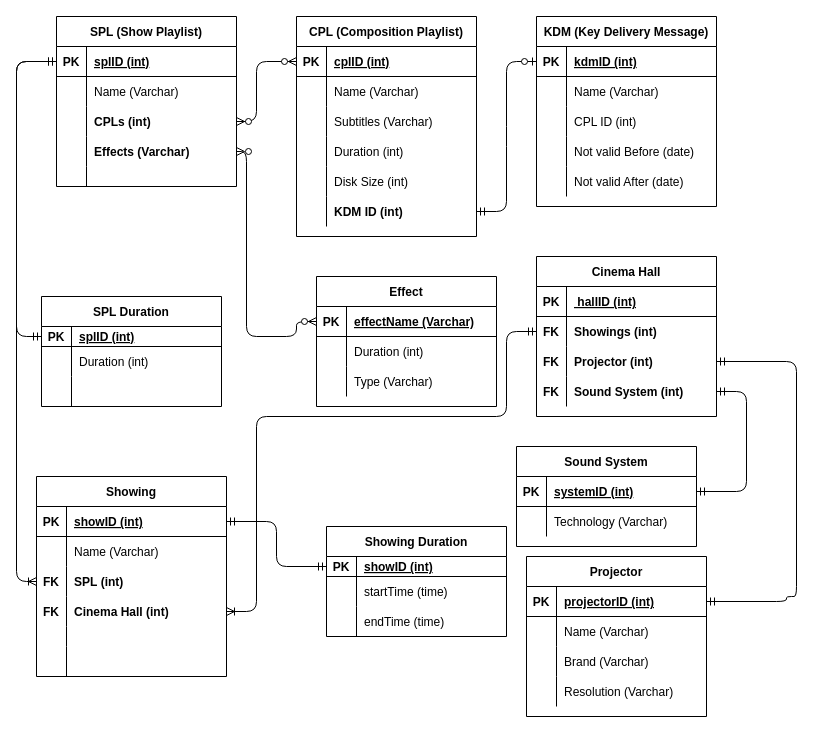
Before: DiagramDataBasePhysical.drawio in John15321/CinemaManagementSystem, a draw.io diagram. Source tidied: cells renumbered, new cells numbered last; positions are measured from the earlier drawing's top-left corner, leaving out a move shared by most shapes. Both pictures are drawn from the tidied source at 100%, with x=0, y=0 at pixel (16, 16).
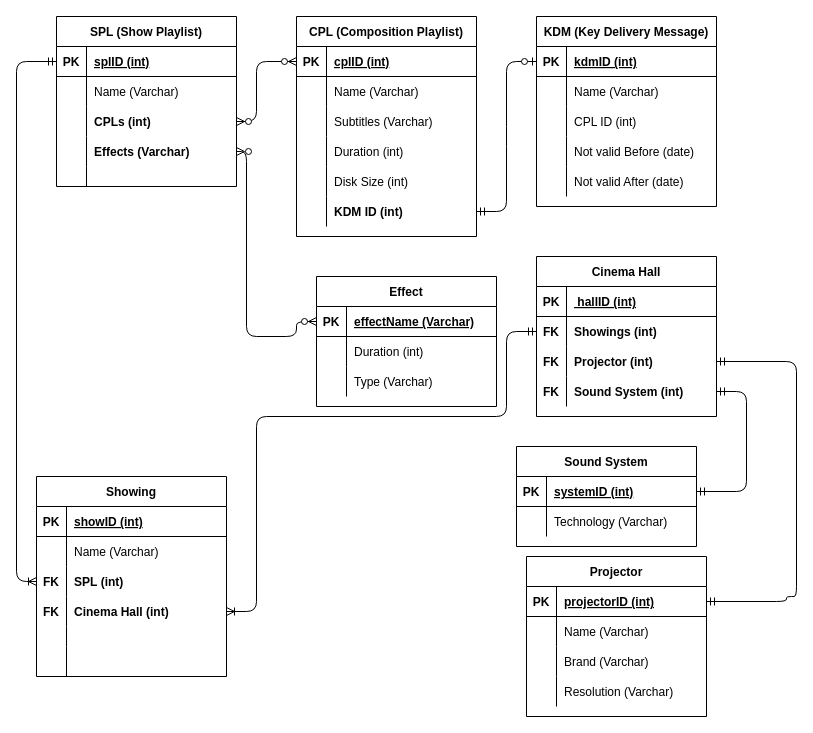
After the change.

Unchanged cells that the change refers to:
```xml
<mxCell id="38" style="shape=partialRectangle;fillColor=none;top=0;left=0;bottom=1;right=0;points=[[0,0.5],[1,0.5]];portConstraint=eastwest;" parent="37" vertex="1">
  <mxGeometry y="30" width="180" height="30" as="geometry" />
</mxCell>
<mxCell id="67" style="shape=partialRectangle;fillColor=none;top=0;left=0;bottom=1;right=0;points=[[0,0.5],[1,0.5]];portConstraint=eastwest;" parent="66" vertex="1">
  <mxGeometry y="30" width="190" height="30" as="geometry" />
</mxCell>
```

Change to the diagram source:
```diff
@@
-    <mxCell id="122" value="SPL Duration" style="shape=table;startSize=30;childLayout=tableLayout;rowLines=0;fontStyle=1;align=center;" parent="1" vertex="1">
-      <mxGeometry x="25" y="280" width="180" height="110" as="geometry" />
-    </mxCell>
-    <mxCell id="123" style="shape=partialRectangle;fillColor=none;top=0;left=0;bottom=1;right=0;points=[[0,0.5],[1,0.5]];portConstraint=eastwest;" parent="122" vertex="1">
-      <mxGeometry y="30" width="180" height="20" as="geometry" />
-    </mxCell>
-    <mxCell id="124" value="PK" style="shape=partialRectangle;fillColor=none;top=0;left=0;bottom=0;right=0;fontStyle=1;overflow=hidden;" parent="123" vertex="1">
-      <mxGeometry width="30" height="20" as="geometry" />
-    </mxCell>
-    <mxCell id="125" value="splID (int)" style="shape=partialRectangle;fillColor=none;top=0;left=0;bottom=0;right=0;align=left;spacingLeft=6;fontStyle=5;overflow=hidden;" parent="123" vertex="1">
-      <mxGeometry x="30" width="150" height="20" as="geometry" />
-    </mxCell>
-    <mxCell id="126" style="shape=partialRectangle;fillColor=none;top=0;left=0;bottom=0;right=0;" parent="122" vertex="1">
-      <mxGeometry y="50" width="180" height="30" as="geometry" />
-    </mxCell>
-    <mxCell id="127" style="shape=partialRectangle;fillColor=none;top=0;left=0;bottom=0;right=0;overflow=hidden;" parent="126" vertex="1">
-      <mxGeometry width="30" height="30" as="geometry" />
-    </mxCell>
-    <mxCell id="128" value="Duration (int)" style="shape=partialRectangle;fillColor=none;top=0;left=0;bottom=0;right=0;align=left;spacingLeft=6;overflow=hidden;" parent="126" vertex="1">
-      <mxGeometry x="30" width="150" height="30" as="geometry" />
-    </mxCell>
-    <mxCell id="129" style="shape=partialRectangle;fillColor=none;top=0;left=0;bottom=0;right=0;" parent="122" vertex="1">
-      <mxGeometry y="80" width="180" height="30" as="geometry" />
-    </mxCell>
-    <mxCell id="130" style="shape=partialRectangle;fillColor=none;top=0;left=0;bottom=0;right=0;overflow=hidden;" parent="129" vertex="1">
-      <mxGeometry width="30" height="30" as="geometry" />
-    </mxCell>
-    <mxCell id="131" style="shape=partialRectangle;fillColor=none;top=0;left=0;bottom=0;right=0;align=left;spacingLeft=6;overflow=hidden;" parent="129" vertex="1">
-      <mxGeometry x="30" width="150" height="30" as="geometry" />
-    </mxCell>
-    <mxCell id="132" style="fontSize=12;html=1;endArrow=ERmandOne;startArrow=ERmandOne;edgeStyle=elbowEdgeStyle;entryX=0;entryY=0.5;entryDx=0;entryDy=0;exitX=0;exitY=0.5;exitDx=0;exitDy=0;" parent="1" edge="1" source="123" target="38">
-      <mxGeometry relative="1" as="geometry">
-        <Array as="points">
-          <mxPoint y="170" />
-        </Array>
-      </mxGeometry>
-    </mxCell>
-    <mxCell id="133" value="Showing Duration" style="shape=table;startSize=30;childLayout=tableLayout;rowLines=0;fontStyle=1;align=center;" parent="1" vertex="1">
-      <mxGeometry x="310" y="510" width="180" height="110" as="geometry" />
-    </mxCell>
-    <mxCell id="134" style="shape=partialRectangle;fillColor=none;top=0;left=0;bottom=1;right=0;points=[[0,0.5],[1,0.5]];portConstraint=eastwest;" parent="133" vertex="1">
-      <mxGeometry y="30" width="180" height="20" as="geometry" />
-    </mxCell>
-    <mxCell id="135" value="PK" style="shape=partialRectangle;fillColor=none;top=0;left=0;bottom=0;right=0;fontStyle=1;overflow=hidden;" parent="134" vertex="1">
-      <mxGeometry width="30" height="20" as="geometry" />
-    </mxCell>
-    <mxCell id="136" value="showID (int)" style="shape=partialRectangle;fillColor=none;top=0;left=0;bottom=0;right=0;align=left;spacingLeft=6;fontStyle=5;overflow=hidden;" parent="134" vertex="1">
-      <mxGeometry x="30" width="150" height="20" as="geometry" />
-    </mxCell>
-    <mxCell id="137" style="shape=partialRectangle;fillColor=none;top=0;left=0;bottom=0;right=0;" parent="133" vertex="1">
-      <mxGeometry y="50" width="180" height="30" as="geometry" />
-    </mxCell>
-    <mxCell id="138" style="shape=partialRectangle;fillColor=none;top=0;left=0;bottom=0;right=0;overflow=hidden;" parent="137" vertex="1">
-      <mxGeometry width="30" height="30" as="geometry" />
-    </mxCell>
-    <mxCell id="139" value="startTime (time)" style="shape=partialRectangle;fillColor=none;top=0;left=0;bottom=0;right=0;align=left;spacingLeft=6;overflow=hidden;" parent="137" vertex="1">
-      <mxGeometry x="30" width="150" height="30" as="geometry" />
-    </mxCell>
-    <mxCell id="140" style="shape=partialRectangle;fillColor=none;top=0;left=0;bottom=0;right=0;" parent="133" vertex="1">
-      <mxGeometry y="80" width="180" height="30" as="geometry" />
-    </mxCell>
-    <mxCell id="141" style="shape=partialRectangle;fillColor=none;top=0;left=0;bottom=0;right=0;overflow=hidden;" parent="140" vertex="1">
-      <mxGeometry width="30" height="30" as="geometry" />
-    </mxCell>
-    <mxCell id="142" value="endTime (time)" style="shape=partialRectangle;fillColor=none;top=0;left=0;bottom=0;right=0;align=left;spacingLeft=6;overflow=hidden;" parent="140" vertex="1">
-      <mxGeometry x="30" width="150" height="30" as="geometry" />
-    </mxCell>
-    <mxCell id="143" style="edgeStyle=elbowEdgeStyle;fontSize=12;html=1;endArrow=ERmandOne;startArrow=ERmandOne;exitX=1;exitY=0.5;exitDx=0;exitDy=0;entryX=0;entryY=0.5;entryDx=0;entryDy=0;" parent="1" edge="1" source="67" target="134">
-      <mxGeometry relative="1" as="geometry">
-        <Array as="points">
-          <mxPoint x="260" y="530" />
-        </Array>
-      </mxGeometry>
-    </mxCell>
```
